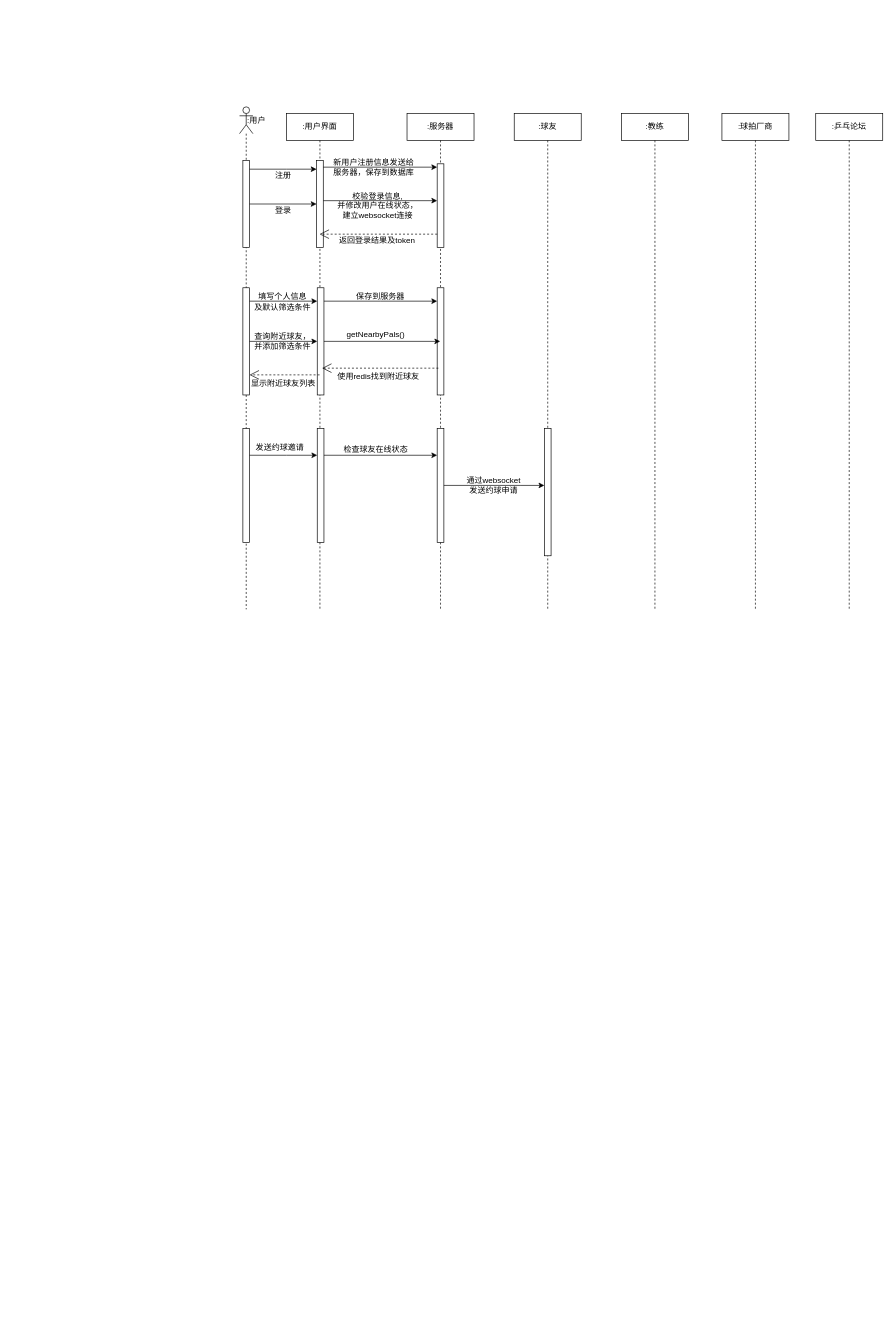
The draw.io diagram 时序图.drawio in 2919282119/charts, before the edit. Source tidied: cells renumbered, new cells numbered last; positions are measured from the earlier drawing's top-left corner, leaving out a move shared by most shapes. Both pictures are drawn from the tidied source at 67%, with x=0, y=0 at pixel (239, 107).
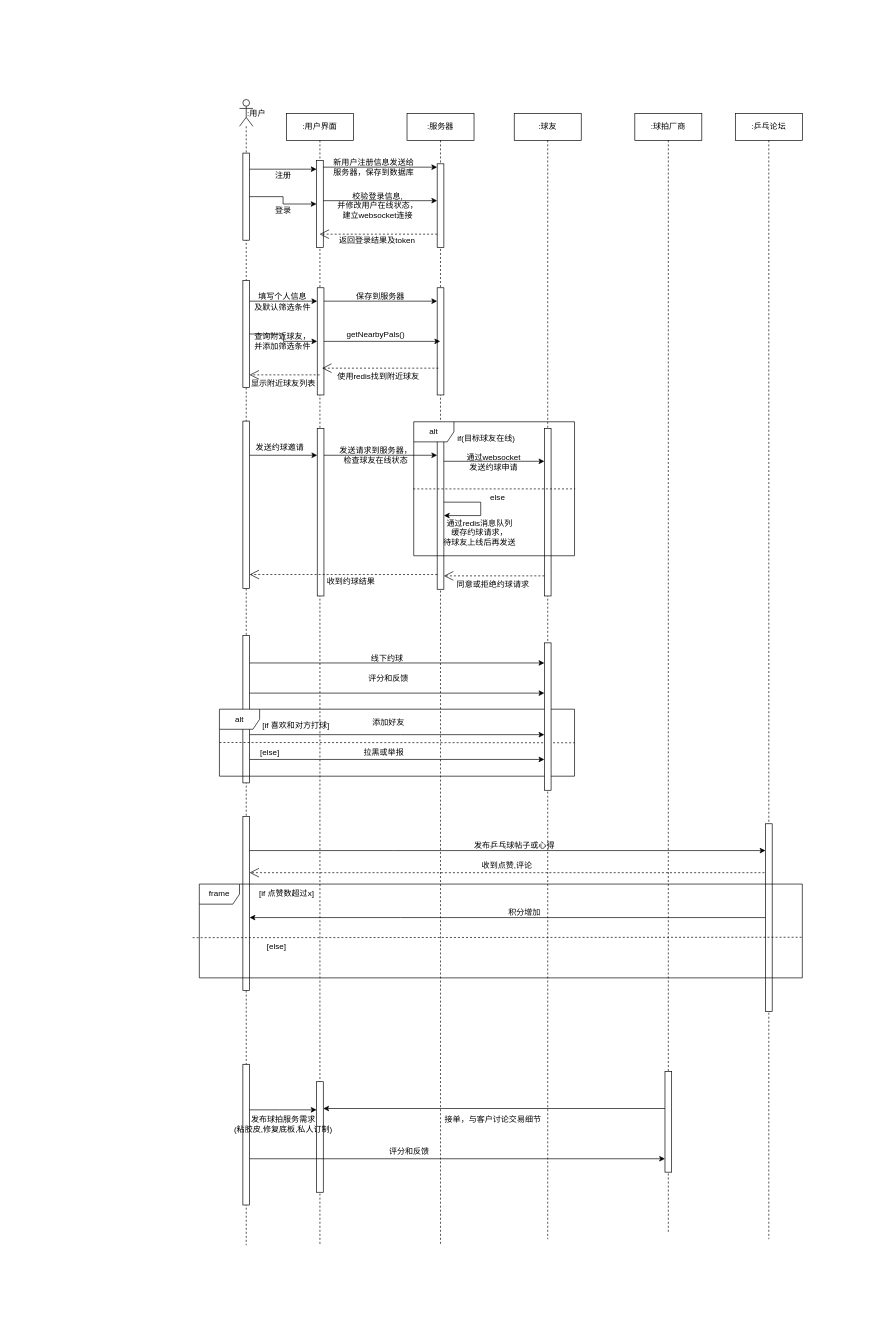
The same page after the edit.

Commit message (it also covers changes not shown here):
更新时序图.drawio

Change to the diagram source:
```diff
@@
     <mxCell id="2" value=":用户界面" style="shape=umlLifeline;perimeter=lifelinePerimeter;whiteSpace=wrap;html=1;outlineConnect=0;portConstraint=eastwest;newEdgeStyle={&quot;curved&quot;:0,&quot;rounded&quot;:0};" parent="1" vertex="1">
-      <mxGeometry x="70" y="10" width="100" height="740" as="geometry" />
+      <mxGeometry x="70" y="10" width="100" height="1690" as="geometry" />
     </mxCell>
@@
     <mxCell id="5" style="html=1;points=[[0,0,0,0,5],[0,1,0,0,-5],[1,0,0,0,5],[1,1,0,0,-5]];perimeter=orthogonalPerimeter;outlineConnect=0;targetShapes=umlLifeline;portConstraint=eastwest;newEdgeStyle={&quot;curved&quot;:0,&quot;rounded&quot;:0};" parent="2" vertex="1">
-      <mxGeometry x="46" y="470" width="10" height="170" as="geometry" />
+      <mxGeometry x="46" y="470" width="10" height="250" as="geometry" />
     </mxCell>
+    <mxCell id="49" style="html=1;points=[[0,0,0,0,5],[0,1,0,0,-5],[1,0,0,0,5],[1,1,0,0,-5]];perimeter=orthogonalPerimeter;outlineConnect=0;targetShapes=umlLifeline;portConstraint=eastwest;newEdgeStyle={&quot;curved&quot;:0,&quot;rounded&quot;:0};" parent="2" vertex="1">
+      <mxGeometry x="45" y="1445" width="10" height="165" as="geometry" />
+    </mxCell>
     <mxCell id="6" value=":服务器" style="shape=umlLifeline;perimeter=lifelinePerimeter;whiteSpace=wrap;html=1;outlineConnect=0;portConstraint=eastwest;newEdgeStyle={&quot;curved&quot;:0,&quot;rounded&quot;:0};" parent="1" vertex="1">
-      <mxGeometry x="250" y="10" width="100" height="740" as="geometry" />
+      <mxGeometry x="250" y="10" width="100" height="1690" as="geometry" />
     </mxCell>
@@
     <mxCell id="9" style="html=1;points=[[0,0,0,0,5],[0,1,0,0,-5],[1,0,0,0,5],[1,1,0,0,-5]];perimeter=orthogonalPerimeter;outlineConnect=0;targetShapes=umlLifeline;portConstraint=eastwest;newEdgeStyle={&quot;curved&quot;:0,&quot;rounded&quot;:0};" parent="6" vertex="1">
-      <mxGeometry x="45" y="470" width="10" height="170" as="geometry" />
+      <mxGeometry x="45" y="470" width="10" height="240" as="geometry" />
     </mxCell>
+    <mxCell id="50" style="edgeStyle=orthogonalEdgeStyle;rounded=0;orthogonalLoop=1;jettySize=auto;html=1;curved=0;" parent="6" edge="1" source="9" target="9">
+      <mxGeometry relative="1" as="geometry">
+        <Array as="points">
+          <mxPoint x="110" y="600" />
+        </Array>
+      </mxGeometry>
+    </mxCell>
     <mxCell id="10" style="group;" parent="1" vertex="1">
-      <mxGeometry width="50" height="750" as="geometry" />
+      <mxGeometry x="-340" y="-142" width="500" height="1940" as="geometry" />
     </mxCell>
     <mxCell id="11" style="shape=umlLifeline;perimeter=lifelinePerimeter;whiteSpace=wrap;html=1;newEdgeStyle={&quot;curved&quot;:0,&quot;rounded&quot;:0};participant=umlActor;" parent="10" vertex="1">
-      <mxGeometry width="20" height="750" as="geometry" />
+      <mxGeometry x="340" y="131" width="20" height="1710" as="geometry" />
     </mxCell>
@@
     <mxCell id="13" style="html=1;points=[[0,0,0,0,5],[0,1,0,0,-5],[1,0,0,0,5],[1,1,0,0,-5]];perimeter=orthogonalPerimeter;outlineConnect=0;targetShapes=umlLifeline;portConstraint=eastwest;newEdgeStyle={&quot;curved&quot;:0,&quot;rounded&quot;:0};" parent="11" vertex="1">
-      <mxGeometry x="5" y="480" width="10" height="170" as="geometry" />
+      <mxGeometry x="5" y="480" width="10" height="250" as="geometry" />
     </mxCell>
+    <mxCell id="51" style="html=1;points=[[0,0,0,0,5],[0,1,0,0,-5],[1,0,0,0,5],[1,1,0,0,-5]];perimeter=orthogonalPerimeter;outlineConnect=0;targetShapes=umlLifeline;portConstraint=eastwest;newEdgeStyle={&quot;curved&quot;:0,&quot;rounded&quot;:0};" parent="11" vertex="1">
+      <mxGeometry x="5" y="1070" width="10" height="260" as="geometry" />
+    </mxCell>
+    <mxCell id="52" style="html=1;perimeter=orthogonalPerimeter;targetShapes=umlLifeline;newEdgeStyle={&quot;curved&quot;:0,&quot;rounded&quot;:0};" parent="11" vertex="1">
+      <mxGeometry x="5" y="1440" width="10" height="210" as="geometry" />
+    </mxCell>
     <mxCell id="14" value=":用户" style="text;html=1;align=center;verticalAlign=middle;strokeColor=none;fillColor=none;" parent="10" vertex="1">
-      <mxGeometry y="6" width="50" height="30" as="geometry" />
+      <mxGeometry x="340" y="137" width="50" height="30" as="geometry" />
     </mxCell>
     <mxCell id="15" style="html=1;points=[[0,0,0,0,5],[0,1,0,0,-5],[1,0,0,0,5],[1,1,0,0,-5]];perimeter=orthogonalPerimeter;outlineConnect=0;targetShapes=umlLifeline;portConstraint=eastwest;newEdgeStyle={&quot;curved&quot;:0,&quot;rounded&quot;:0};" parent="10" vertex="1">
-      <mxGeometry x="5" y="80" width="10" height="130" as="geometry" />
+      <mxGeometry x="345" y="211" width="10" height="130" as="geometry" />
     </mxCell>
+    <mxCell id="53" style="html=1;points=[[0,0,0,0,5],[0,1,0,0,-5],[1,0,0,0,5],[1,1,0,0,-5]];perimeter=orthogonalPerimeter;outlineConnect=0;targetShapes=umlLifeline;portConstraint=eastwest;newEdgeStyle={&quot;curved&quot;:0,&quot;rounded&quot;:0};" parent="10" vertex="1">
+      <mxGeometry x="345" y="931" width="10" height="220" as="geometry" />
+    </mxCell>
+    <mxCell id="54" value="alt" style="shape=umlFrame;whiteSpace=wrap;html=1;" parent="10" vertex="1">
+      <mxGeometry x="310" y="1041" width="530" height="100" as="geometry" />
+    </mxCell>
+    <mxCell id="55" value="评分和反馈" style="text;html=1;align=center;verticalAlign=middle;strokeColor=none;fillColor=none;" parent="10" vertex="1">
+      <mxGeometry x="522" y="981" width="80" height="30" as="geometry" />
+    </mxCell>
+    <mxCell id="56" value="添加好友" style="text;html=1;align=center;verticalAlign=middle;strokeColor=none;fillColor=none;" parent="10" vertex="1">
+      <mxGeometry x="527" y="1046" width="70" height="30" as="geometry" />
+    </mxCell>
+    <mxCell id="57" style="endArrow=none;dashed=1;html=1;rounded=0;exitX=-0.003;exitY=0.501;exitDx=0;exitDy=0;exitPerimeter=0;" parent="10" edge="1">
+      <mxGeometry relative="1" as="geometry">
+        <mxPoint x="310" y="1090.7" as="sourcePoint" />
+        <mxPoint x="840" y="1091.1" as="targetPoint" />
+      </mxGeometry>
+    </mxCell>
+    <mxCell id="58" style="endArrow=open;endSize=12;dashed=1;html=1;rounded=0;" parent="10" edge="1" source="20">
+      <mxGeometry relative="1" as="geometry">
+        <mxPoint x="355" y="1285" as="targetPoint" />
+        <Array as="points">
+          <mxPoint x="569.2" y="1285" />
+        </Array>
+      </mxGeometry>
+    </mxCell>
+    <mxCell id="59" value="[if 点赞数超过x]" style="text;html=1;align=center;verticalAlign=middle;strokeColor=none;fillColor=none;" parent="10" vertex="1">
+      <mxGeometry x="355" y="1301" width="110" height="30" as="geometry" />
+    </mxCell>
+    <mxCell id="60" value="积分增加" style="text;html=1;align=center;verticalAlign=middle;strokeColor=none;fillColor=none;" parent="10" vertex="1">
+      <mxGeometry x="730" y="1329" width="70" height="30" as="geometry" />
+    </mxCell>
+    <mxCell id="61" value="[else]" style="text;html=1;align=center;verticalAlign=middle;strokeColor=none;fillColor=none;" parent="10" vertex="1">
+      <mxGeometry x="370" y="1381" width="50" height="30" as="geometry" />
+    </mxCell>
+    <mxCell id="62" value="发布球拍服务需求&lt;div&gt;(粘胶皮,修复底板,私人订制)&lt;/div&gt;" style="text;html=1;align=center;verticalAlign=middle;strokeColor=none;fillColor=none;" parent="10" vertex="1">
+      <mxGeometry x="320" y="1641" width="170" height="40" as="geometry" />
+    </mxCell>
+    <mxCell id="63" value="接单，与客户讨论交易细节" style="text;html=1;align=center;verticalAlign=middle;strokeColor=none;fillColor=none;" parent="10" vertex="1">
+      <mxGeometry x="633" y="1638" width="170" height="30" as="geometry" />
+    </mxCell>
+    <mxCell id="64" style="edgeStyle=orthogonalEdgeStyle;rounded=0;orthogonalLoop=1;jettySize=auto;html=1;curved=0;" parent="10" edge="1">
+      <mxGeometry relative="1" as="geometry">
+        <mxPoint x="355" y="1712" as="sourcePoint" />
+        <mxPoint x="975" y="1712" as="targetPoint" />
+        <Array as="points">
+          <mxPoint x="820" y="1712" />
+          <mxPoint x="820" y="1712" />
+        </Array>
+      </mxGeometry>
+    </mxCell>
+    <mxCell id="65" value="评分和反馈" style="text;html=1;align=center;verticalAlign=middle;strokeColor=none;fillColor=none;" parent="10" vertex="1">
+      <mxGeometry x="553" y="1687" width="80" height="30" as="geometry" />
+    </mxCell>
     <mxCell id="16" value=":球友" style="shape=umlLifeline;perimeter=lifelinePerimeter;whiteSpace=wrap;html=1;newEdgeStyle={&quot;curved&quot;:0,&quot;rounded&quot;:0};" parent="1" vertex="1">
-      <mxGeometry x="410" y="10" width="100" height="740" as="geometry" />
+      <mxGeometry x="410" y="10" width="100" height="1680" as="geometry" />
     </mxCell>
     <mxCell id="17" style="html=1;points=[[0,0,0,0,5],[0,1,0,0,-5],[1,0,0,0,5],[1,1,0,0,-5]];perimeter=orthogonalPerimeter;outlineConnect=0;targetShapes=umlLifeline;portConstraint=eastwest;newEdgeStyle={&quot;curved&quot;:0,&quot;rounded&quot;:0};" parent="16" vertex="1">
-      <mxGeometry x="45" y="470" width="10" height="190" as="geometry" />
+      <mxGeometry x="45" y="470" width="10" height="250" as="geometry" />
     </mxCell>
-    <mxCell id="18" value=":教练" style="shape=umlLifeline;perimeter=lifelinePerimeter;whiteSpace=wrap;html=1;newEdgeStyle={&quot;curved&quot;:0,&quot;rounded&quot;:0};" parent="1" vertex="1">
-      <mxGeometry x="570" y="10" width="100" height="740" as="geometry" />
-    </mxCell>
+    <mxCell id="66" style="html=1;points=[[0,0,0,0,5],[0,1,0,0,-5],[1,0,0,0,5],[1,1,0,0,-5]];perimeter=orthogonalPerimeter;outlineConnect=0;targetShapes=umlLifeline;portConstraint=eastwest;newEdgeStyle={&quot;curved&quot;:0,&quot;rounded&quot;:0};" parent="16" vertex="1">
+      <mxGeometry x="45" y="790" width="10" height="220" as="geometry" />
+    </mxCell>
     <mxCell id="19" value=":球拍厂商" style="shape=umlLifeline;perimeter=lifelinePerimeter;whiteSpace=wrap;html=1;newEdgeStyle={&quot;curved&quot;:0,&quot;rounded&quot;:0};" parent="1" vertex="1">
-      <mxGeometry x="720" y="10" width="100" height="740" as="geometry" />
+      <mxGeometry x="590" y="10" width="100" height="1670" as="geometry" />
     </mxCell>
+    <mxCell id="67" style="html=1;points=[[0,0,0,0,5],[0,1,0,0,-5],[1,0,0,0,5],[1,1,0,0,-5]];perimeter=orthogonalPerimeter;outlineConnect=0;targetShapes=umlLifeline;portConstraint=eastwest;newEdgeStyle={&quot;curved&quot;:0,&quot;rounded&quot;:0};" parent="19" vertex="1">
+      <mxGeometry x="45" y="1430" width="10" height="150" as="geometry" />
+    </mxCell>
     <mxCell id="20" value=":乒乓论坛" style="shape=umlLifeline;perimeter=lifelinePerimeter;whiteSpace=wrap;html=1;outlineConnect=0;portConstraint=eastwest;newEdgeStyle={&quot;curved&quot;:0,&quot;rounded&quot;:0};" parent="1" vertex="1">
-      <mxGeometry x="860" y="10" width="100" height="740" as="geometry" />
+      <mxGeometry x="740" y="10" width="100" height="1680" as="geometry" />
     </mxCell>
+    <mxCell id="68" style="html=1;points=[[0,0,0,0,5],[0,1,0,0,-5],[1,0,0,0,5],[1,1,0,0,-5]];perimeter=orthogonalPerimeter;outlineConnect=0;targetShapes=umlLifeline;portConstraint=eastwest;newEdgeStyle={&quot;curved&quot;:0,&quot;rounded&quot;:0};" parent="20" vertex="1">
+      <mxGeometry x="45" y="1060" width="10" height="280" as="geometry" />
+    </mxCell>
@@
-    <mxCell id="46" value="检查球友在线状态" style="text;html=1;align=center;verticalAlign=middle;strokeColor=none;fillColor=none;" parent="1" vertex="1">
-      <mxGeometry x="143" y="496" width="120" height="30" as="geometry" />
+    <mxCell id="46" value="发送请求到服务器，&lt;div&gt;检查球友在线状态&lt;/div&gt;" style="text;html=1;align=center;verticalAlign=middle;strokeColor=none;fillColor=none;" parent="1" vertex="1">
+      <mxGeometry x="138" y="500" width="130" height="40" as="geometry" />
     </mxCell>
-    <mxCell id="47" style="edgeStyle=orthogonalEdgeStyle;rounded=0;jettySize=auto;html=1;curved=0;" parent="1" edge="1" source="9" target="17">
+    <mxCell id="47" style="edgeStyle=orthogonalEdgeStyle;rounded=0;orthogonalLoop=1;jettySize=auto;html=1;curved=0;" parent="1" edge="1">
       <mxGeometry relative="1" as="geometry">
+        <mxPoint x="305" y="529" as="sourcePoint" />
+        <mxPoint x="455" y="529" as="targetPoint" />
         <Array as="points">
-          <mxPoint x="420" y="565" />
-          <mxPoint x="420" y="565" />
+          <mxPoint x="400" y="529" />
+          <mxPoint x="400" y="529" />
         </Array>
       </mxGeometry>
     </mxCell>
     <mxCell id="48" value="通过websocket&lt;div&gt;发送约球申请&lt;/div&gt;" style="text;html=1;align=center;verticalAlign=middle;strokeColor=none;fillColor=none;" parent="1" vertex="1">
-      <mxGeometry x="329" y="545" width="100" height="40" as="geometry" />
+      <mxGeometry x="329" y="510" width="100" height="40" as="geometry" />
     </mxCell>
+    <mxCell id="69" value="通过redis消息队列&lt;div&gt;缓存约球请求，&lt;/div&gt;&lt;div&gt;待球友上线后再发送&lt;/div&gt;" style="text;html=1;align=center;verticalAlign=middle;strokeColor=none;fillColor=none;" parent="1" vertex="1">
+      <mxGeometry x="293" y="606" width="130" height="60" as="geometry" />
+    </mxCell>
+    <mxCell id="70" value="alt" style="shape=umlFrame;whiteSpace=wrap;html=1;" parent="1" vertex="1">
+      <mxGeometry x="260" y="470" width="240" height="200" as="geometry" />
+    </mxCell>
+    <mxCell id="71" style="endArrow=none;dashed=1;html=1;rounded=0;entryX=1.004;entryY=0.501;entryDx=0;entryDy=0;entryPerimeter=0;exitX=-0.003;exitY=0.501;exitDx=0;exitDy=0;exitPerimeter=0;" parent="1" edge="1" source="70" target="70">
+      <mxGeometry relative="1" as="geometry" />
+    </mxCell>
+    <mxCell id="72" value="if(目标球友在线)" style="text;html=1;align=center;verticalAlign=middle;strokeColor=none;fillColor=none;" parent="1" vertex="1">
+      <mxGeometry x="313" y="480" width="110" height="30" as="geometry" />
+    </mxCell>
+    <mxCell id="73" value="else" style="text;html=1;align=center;verticalAlign=middle;strokeColor=none;fillColor=none;" parent="1" vertex="1">
+      <mxGeometry x="360" y="568" width="50" height="30" as="geometry" />
+    </mxCell>
+    <mxCell id="74" style="endArrow=open;endSize=12;dashed=1;html=1;rounded=0;" parent="1" edge="1" source="17" target="9">
+      <mxGeometry relative="1" as="geometry">
+        <Array as="points">
+          <mxPoint x="391.2" y="700" />
+        </Array>
+      </mxGeometry>
+    </mxCell>
+    <mxCell id="75" value="同意或拒绝约球请求" style="text;html=1;align=center;verticalAlign=middle;strokeColor=none;fillColor=none;" parent="1" vertex="1">
+      <mxGeometry x="313" y="698" width="130" height="30" as="geometry" />
+    </mxCell>
+    <mxCell id="76" style="endArrow=open;endSize=12;dashed=1;html=1;rounded=0;" parent="1" edge="1" source="9" target="13">
+      <mxGeometry relative="1" as="geometry">
+        <Array as="points">
+          <mxPoint x="229.2" y="698" />
+        </Array>
+      </mxGeometry>
+    </mxCell>
+    <mxCell id="77" value="收到约球结果" style="text;html=1;align=center;verticalAlign=middle;strokeColor=none;fillColor=none;" parent="1" vertex="1">
+      <mxGeometry x="116" y="693" width="100" height="30" as="geometry" />
+    </mxCell>
+    <mxCell id="78" style="edgeStyle=orthogonalEdgeStyle;rounded=0;jettySize=auto;html=1;curved=0;" parent="1" edge="1" source="53" target="66">
+      <mxGeometry relative="1" as="geometry">
+        <Array as="points">
+          <mxPoint x="240" y="830" />
+          <mxPoint x="240" y="830" />
+        </Array>
+      </mxGeometry>
+    </mxCell>
+    <mxCell id="79" value="线下约球" style="text;html=1;align=center;verticalAlign=middle;strokeColor=none;fillColor=none;" parent="1" vertex="1">
+      <mxGeometry x="185" y="808" width="70" height="30" as="geometry" />
+    </mxCell>
+    <mxCell id="80" style="edgeStyle=orthogonalEdgeStyle;rounded=0;jettySize=auto;html=1;curved=0;" parent="1" edge="1" source="53" target="66">
+      <mxGeometry relative="1" as="geometry">
+        <Array as="points">
+          <mxPoint x="450" y="875" />
+          <mxPoint x="450" y="875" />
+        </Array>
+      </mxGeometry>
+    </mxCell>
+    <mxCell id="81" value="[if 喜欢和对方打球]" style="text;html=1;align=center;verticalAlign=middle;strokeColor=none;fillColor=none;" parent="1" vertex="1">
+      <mxGeometry x="24" y="908" width="120" height="30" as="geometry" />
+    </mxCell>
+    <mxCell id="82" style="edgeStyle=orthogonalEdgeStyle;rounded=0;orthogonalLoop=1;jettySize=auto;html=1;curved=0;" parent="1" edge="1">
+      <mxGeometry relative="1" as="geometry">
+        <mxPoint x="15" y="937" as="sourcePoint" />
+        <mxPoint x="455" y="937" as="targetPoint" />
+        <Array as="points">
+          <mxPoint x="240" y="937" />
+          <mxPoint x="240" y="937" />
+        </Array>
+      </mxGeometry>
+    </mxCell>
+    <mxCell id="83" value="[else]" style="text;html=1;align=center;verticalAlign=middle;strokeColor=none;fillColor=none;" parent="1" vertex="1">
+      <mxGeometry x="20" y="949" width="50" height="30" as="geometry" />
+    </mxCell>
+    <mxCell id="84" style="edgeStyle=orthogonalEdgeStyle;rounded=0;orthogonalLoop=1;jettySize=auto;html=1;curved=0;" parent="1" edge="1">
+      <mxGeometry relative="1" as="geometry">
+        <mxPoint x="15" y="974" as="sourcePoint" />
+        <mxPoint x="455" y="974" as="targetPoint" />
+        <Array as="points">
+          <mxPoint x="120" y="974" />
+          <mxPoint x="120" y="974" />
+        </Array>
+      </mxGeometry>
+    </mxCell>
+    <mxCell id="85" value="拉黑或举报" style="text;html=1;align=center;verticalAlign=middle;strokeColor=none;fillColor=none;" parent="1" vertex="1">
+      <mxGeometry x="175" y="949" width="80" height="30" as="geometry" />
+    </mxCell>
+    <mxCell id="86" style="edgeStyle=orthogonalEdgeStyle;rounded=0;jettySize=auto;html=1;curved=0;" parent="1" edge="1" source="51" target="68">
+      <mxGeometry relative="1" as="geometry">
+        <Array as="points">
+          <mxPoint x="230" y="1110" />
+          <mxPoint x="230" y="1110" />
+        </Array>
+      </mxGeometry>
+    </mxCell>
+    <mxCell id="87" value="发布乒乓球帖子或心得" style="text;html=1;align=center;verticalAlign=middle;strokeColor=none;fillColor=none;" parent="1" vertex="1">
+      <mxGeometry x="340" y="1088" width="140" height="30" as="geometry" />
+    </mxCell>
+    <mxCell id="88" value="收到点赞,评论" style="text;html=1;align=center;verticalAlign=middle;strokeColor=none;fillColor=none;" parent="1" vertex="1">
+      <mxGeometry x="349" y="1117" width="100" height="30" as="geometry" />
+    </mxCell>
+    <mxCell id="89" value="frame" style="shape=umlFrame;whiteSpace=wrap;html=1;" parent="1" vertex="1">
+      <mxGeometry x="-60" y="1160" width="900" height="140" as="geometry" />
+    </mxCell>
+    <mxCell id="90" style="endArrow=none;dashed=1;html=1;rounded=0;entryX=0.999;entryY=0.567;entryDx=0;entryDy=0;entryPerimeter=0;" parent="1" edge="1" target="89">
+      <mxGeometry relative="1" as="geometry">
+        <mxPoint x="-70" y="1240" as="sourcePoint" />
+      </mxGeometry>
+    </mxCell>
+    <mxCell id="91" style="edgeStyle=orthogonalEdgeStyle;rounded=0;jettySize=auto;html=1;curved=0;" parent="1" edge="1" source="68" target="51">
+      <mxGeometry relative="1" as="geometry">
+        <Array as="points">
+          <mxPoint x="240" y="1210" />
+          <mxPoint x="240" y="1210" />
+        </Array>
+      </mxGeometry>
+    </mxCell>
+    <mxCell id="92" style="edgeStyle=orthogonalEdgeStyle;rounded=0;jettySize=auto;html=1;curved=0;" parent="1" edge="1" target="49">
+      <mxGeometry relative="1" as="geometry">
+        <mxPoint x="15" y="1497" as="sourcePoint" />
+        <Array as="points">
+          <mxPoint x="60" y="1497" />
+          <mxPoint x="60" y="1497" />
+        </Array>
+      </mxGeometry>
+    </mxCell>
+    <mxCell id="93" style="edgeStyle=orthogonalEdgeStyle;rounded=0;jettySize=auto;html=1;curved=0;" parent="1" edge="1" source="67" target="49">
+      <mxGeometry relative="1" as="geometry">
+        <Array as="points">
+          <mxPoint x="250" y="1495" />
+          <mxPoint x="250" y="1495" />
+        </Array>
+      </mxGeometry>
+    </mxCell>
```
